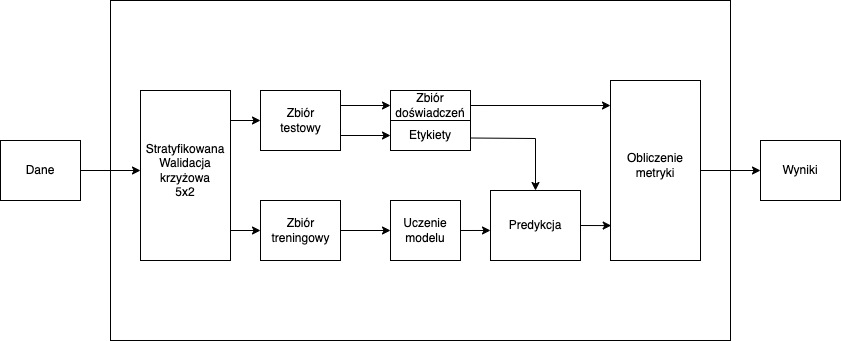
pawel150199/praca-dyplomowa keeps this draw.io diagram as images/Evaluation.png. Above is the earlier version. Source tidied: cells renumbered, new cells last; positions are measured from the earlier drawing's top-left corner, leaving out a move shared by most shapes.
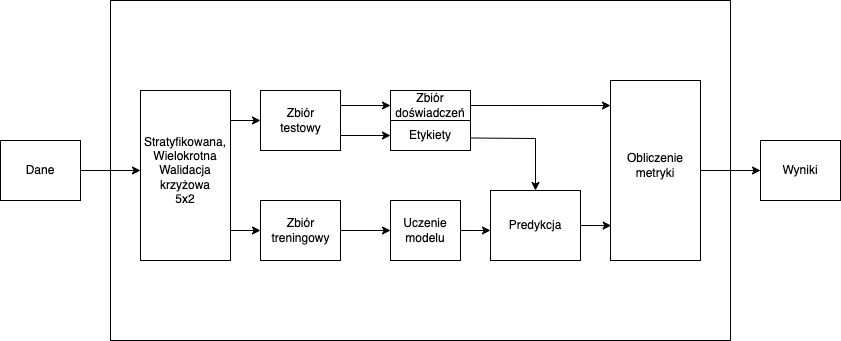
Later version of the same file.

The edit, as a diff of the source:
```diff
@@ -14,7 +14,7 @@
     <mxCell id="5" style="rounded=0;whiteSpace=wrap;html=1;" parent="1" vertex="1">
       <mxGeometry x="140" y="90" width="90" height="170" as="geometry" />
     </mxCell>
-    <mxCell id="6" value="Stratyfikowana&lt;br&gt;Walidacja krzyżowa&lt;br&gt;5x2" style="text;html=1;strokeColor=none;fillColor=none;align=center;verticalAlign=middle;whiteSpace=wrap;rounded=0;" parent="1" vertex="1">
+    <mxCell id="6" value="Stratyfikowana,&lt;br&gt;Wielokrotna&lt;br&gt;Walidacja krzyżowa&lt;br&gt;5x2" style="text;html=1;strokeColor=none;fillColor=none;align=center;verticalAlign=middle;whiteSpace=wrap;rounded=0;" parent="1" vertex="1">
       <mxGeometry x="145" y="140" width="80" height="60" as="geometry" />
     </mxCell>
     <mxCell id="7" style="rounded=0;whiteSpace=wrap;html=1;" parent="1" vertex="1">
```
